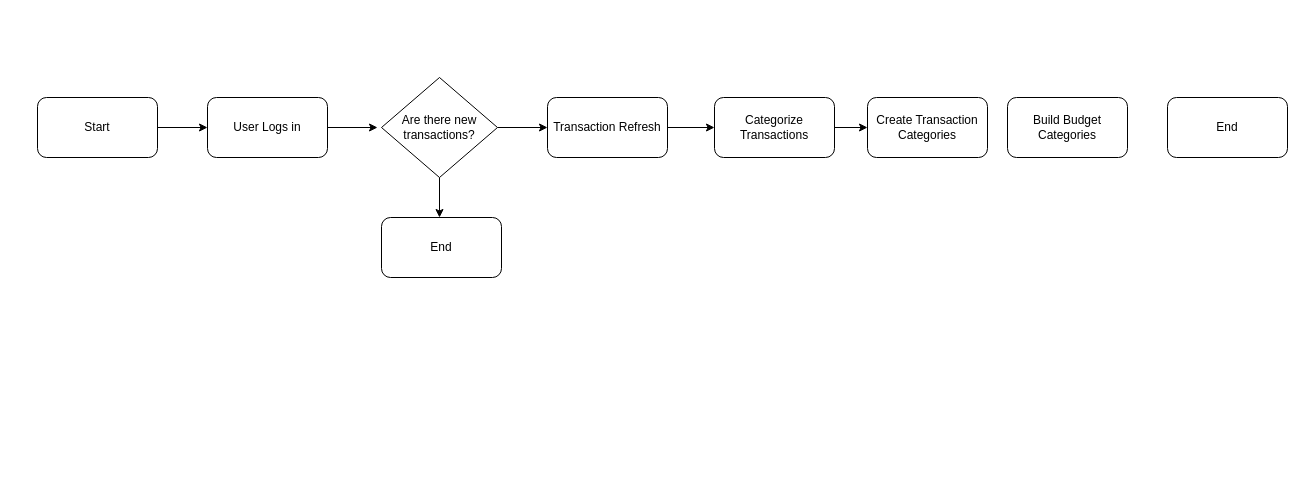
This is BudgetBuddy Main Flow.drawio from AKing982/BudgetBuddy, a draw.io file, before an edit. Source tidied: cells renumbered, new cells numbered last; positions are measured from the earlier drawing's top-left corner, leaving out a move shared by most shapes. Both pictures are drawn from the tidied source at 100%, with x=0, y=0 at pixel (37, 77).
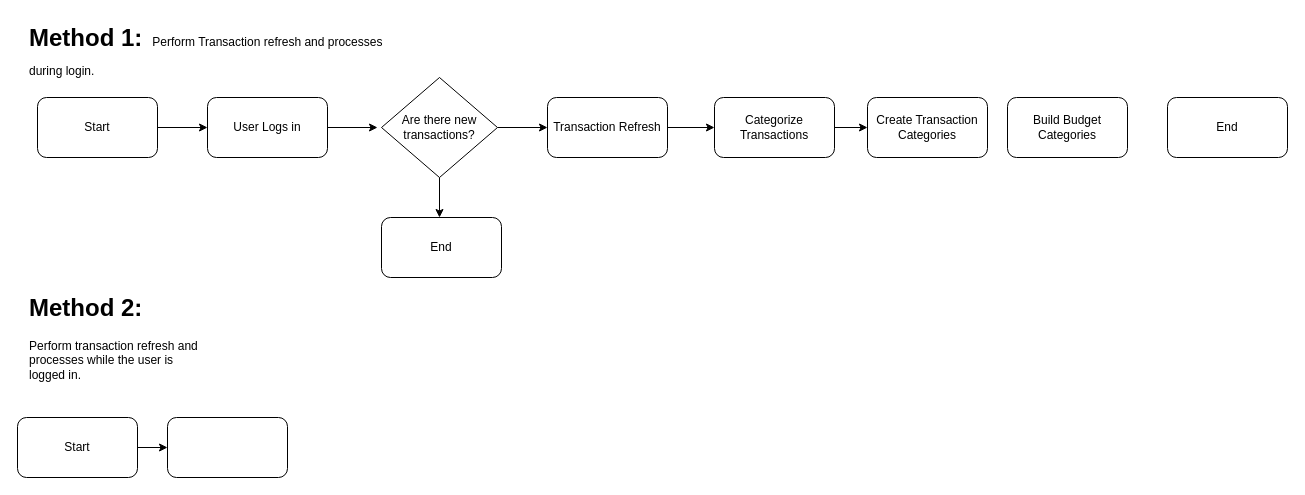
After the change.

The edit, as a diff of the source:
```diff
@@
+    <mxCell id="17" value="&lt;h1 style=&quot;margin-top: 0px;&quot;&gt;&lt;span style=&quot;background-color: transparent; color: light-dark(rgb(0, 0, 0), rgb(255, 255, 255));&quot;&gt;Method 1:&amp;nbsp;&lt;/span&gt;&lt;span style=&quot;background-color: transparent; color: light-dark(rgb(0, 0, 0), rgb(255, 255, 255)); font-size: 12px; font-weight: normal;&quot;&gt;&amp;nbsp;Perform Transaction refresh and processes during login.&lt;/span&gt;&lt;/h1&gt;" style="text;html=1;whiteSpace=wrap;overflow=hidden;rounded=0;" parent="1" vertex="1">
+      <mxGeometry x="-10" y="-60" width="380" height="70" as="geometry" />
+    </mxCell>
+    <mxCell id="18" value="&lt;h1 style=&quot;margin-top: 0px;&quot;&gt;Method 2:&amp;nbsp;&lt;/h1&gt;&lt;p&gt;Perform transaction refresh and processes while the user is logged in.&lt;/p&gt;" style="text;html=1;whiteSpace=wrap;overflow=hidden;rounded=0;" parent="1" vertex="1">
+      <mxGeometry x="-10" y="210" width="180" height="120" as="geometry" />
+    </mxCell>
+    <mxCell id="19" value="Start" style="rounded=1;whiteSpace=wrap;html=1;" parent="1" vertex="1">
+      <mxGeometry x="-20" y="340" width="120" height="60" as="geometry" />
+    </mxCell>
+    <mxCell id="20" style="endArrow=classic;html=1;rounded=0;exitX=1;exitY=0.5;exitDx=0;exitDy=0;" parent="1" edge="1" source="19">
+      <mxGeometry relative="1" as="geometry">
+        <mxPoint x="130" y="370" as="targetPoint" />
+      </mxGeometry>
+    </mxCell>
+    <mxCell id="21" style="rounded=1;whiteSpace=wrap;html=1;" parent="1" vertex="1">
+      <mxGeometry x="130" y="340" width="120" height="60" as="geometry" />
+    </mxCell>
```
